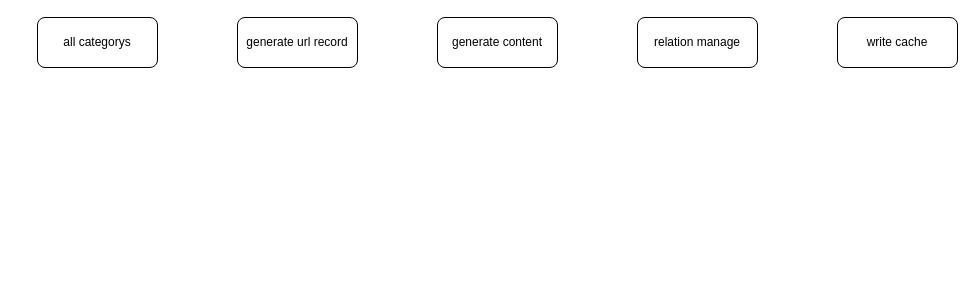
Earlier version of the draw.io diagram drawio/cpv.drawio (VisableHarry/seo-drawio). Source tidied: cells renumbered, new cells numbered last; positions are measured from the earlier drawing's top-left corner, leaving out a move shared by most shapes. Both pictures are drawn from the tidied source at 100%, with x=0, y=0 at pixel (37, 17).
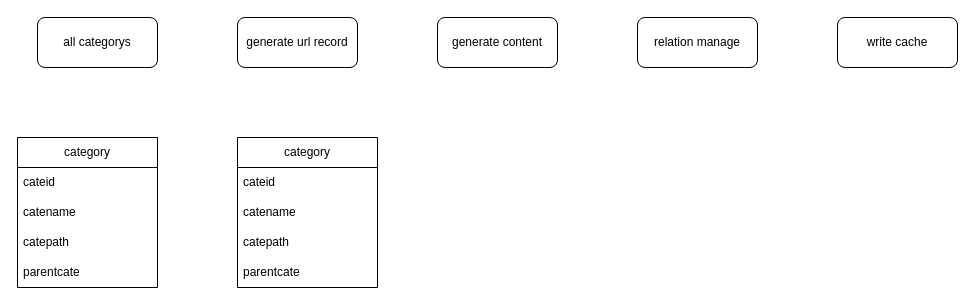
Above is the later version.

The edit, as a diff of the source:
```diff
@@
 <mxGraphModel>
   <root>
     <mxCell id="0" />
     <mxCell id="1" parent="0" />
     <mxCell id="2" value="all categorys" style="rounded=1;whiteSpace=wrap;html=1;" parent="1" vertex="1">
       <mxGeometry width="120" height="50" as="geometry" />
     </mxCell>
     <mxCell id="3" value="generate url record" style="rounded=1;whiteSpace=wrap;html=1;" parent="1" vertex="1">
       <mxGeometry x="200" width="120" height="50" as="geometry" />
     </mxCell>
     <mxCell id="4" value="write cache" style="rounded=1;whiteSpace=wrap;html=1;" parent="1" vertex="1">
       <mxGeometry x="800" width="120" height="50" as="geometry" />
     </mxCell>
     <mxCell id="5" value="generate content" style="rounded=1;whiteSpace=wrap;html=1;" parent="1" vertex="1">
       <mxGeometry x="400" width="120" height="50" as="geometry" />
     </mxCell>
     <mxCell id="6" value="relation manage" style="rounded=1;whiteSpace=wrap;html=1;" parent="1" vertex="1">
       <mxGeometry x="600" width="120" height="50" as="geometry" />
     </mxCell>
+    <mxCell id="7" value="category" style="swimlane;fontStyle=0;horizontal=1;startSize=30;whiteSpace=wrap;html=1;" parent="1" vertex="1">
+      <mxGeometry x="-20" y="120" width="140" height="150" as="geometry" />
+    </mxCell>
+    <mxCell id="8" value="cateid" style="text;strokeColor=none;fillColor=none;align=left;verticalAlign=middle;spacingLeft=4;spacingRight=4;overflow=hidden;whiteSpace=wrap;html=1;" parent="7" vertex="1">
+      <mxGeometry y="30" width="140" height="30" as="geometry" />
+    </mxCell>
+    <mxCell id="9" value="catename" style="text;strokeColor=none;fillColor=none;align=left;verticalAlign=middle;spacingLeft=4;spacingRight=4;overflow=hidden;whiteSpace=wrap;html=1;" parent="7" vertex="1">
+      <mxGeometry y="60" width="140" height="30" as="geometry" />
+    </mxCell>
+    <mxCell id="10" value="catepath" style="text;strokeColor=none;fillColor=none;align=left;verticalAlign=middle;spacingLeft=4;spacingRight=4;overflow=hidden;whiteSpace=wrap;html=1;" parent="7" vertex="1">
+      <mxGeometry y="90" width="140" height="30" as="geometry" />
+    </mxCell>
+    <mxCell id="11" value="parentcate" style="text;strokeColor=none;fillColor=none;align=left;verticalAlign=middle;spacingLeft=4;spacingRight=4;overflow=hidden;whiteSpace=wrap;html=1;" parent="7" vertex="1">
+      <mxGeometry y="120" width="140" height="30" as="geometry" />
+    </mxCell>
+    <mxCell id="12" value="category" style="swimlane;fontStyle=0;horizontal=1;startSize=30;whiteSpace=wrap;html=1;" parent="1" vertex="1">
+      <mxGeometry x="200" y="120" width="140" height="150" as="geometry" />
+    </mxCell>
+    <mxCell id="13" value="cateid" style="text;strokeColor=none;fillColor=none;align=left;verticalAlign=middle;spacingLeft=4;spacingRight=4;overflow=hidden;whiteSpace=wrap;html=1;" parent="12" vertex="1">
+      <mxGeometry y="30" width="140" height="30" as="geometry" />
+    </mxCell>
+    <mxCell id="14" value="catename" style="text;strokeColor=none;fillColor=none;align=left;verticalAlign=middle;spacingLeft=4;spacingRight=4;overflow=hidden;whiteSpace=wrap;html=1;" parent="12" vertex="1">
+      <mxGeometry y="60" width="140" height="30" as="geometry" />
+    </mxCell>
+    <mxCell id="15" value="catepath" style="text;strokeColor=none;fillColor=none;align=left;verticalAlign=middle;spacingLeft=4;spacingRight=4;overflow=hidden;whiteSpace=wrap;html=1;" parent="12" vertex="1">
+      <mxGeometry y="90" width="140" height="30" as="geometry" />
+    </mxCell>
+    <mxCell id="16" value="parentcate" style="text;strokeColor=none;fillColor=none;align=left;verticalAlign=middle;spacingLeft=4;spacingRight=4;overflow=hidden;whiteSpace=wrap;html=1;" parent="12" vertex="1">
+      <mxGeometry y="120" width="140" height="30" as="geometry" />
+    </mxCell>
   </root>
 </mxGraphModel>
```
